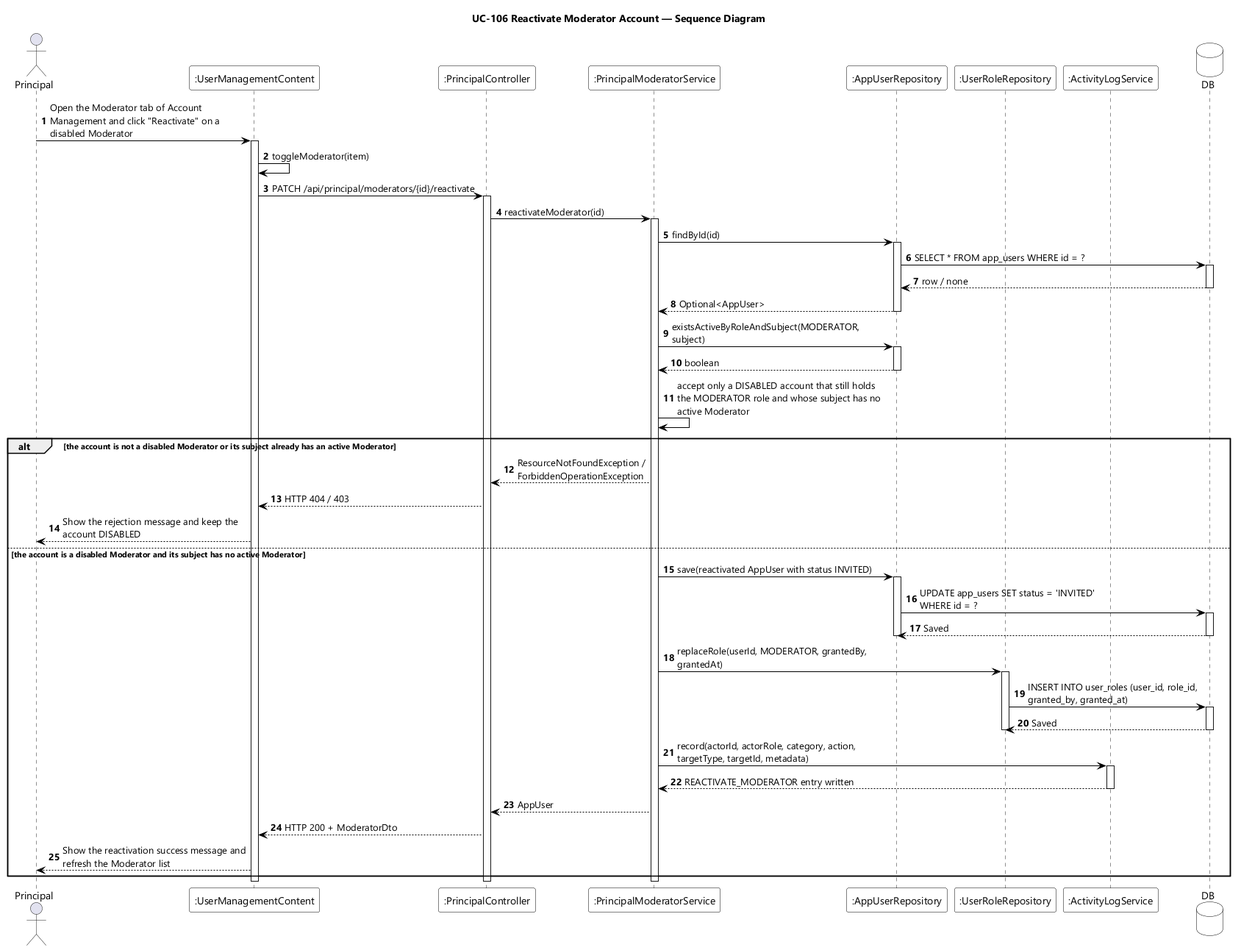
Before: designs/sds-diagrams/uc106/uc106-sequence-diagram.png, a diagram exported from PlantUML (EduA-system/EduA-system). The source it was exported from:
```plantuml
@startuml UC-106 Reactivate Moderator Account - Sequence Diagram
skinparamlocked dpi 96
skinparam defaultFontName "Segoe UI"
skinparam shadowing false
skinparam ParticipantBackgroundColor #FFFFFF
skinparam ParticipantBorderColor #000000
skinparam DatabaseBackgroundColor #FFFFFF
skinparam DatabaseBorderColor #000000
skinparam ArrowColor #000000
skinparam sequenceMessageAlign left
skinparam maxMessageSize 280
title UC-106 Reactivate Moderator Account — Sequence Diagram

actor Principal
participant ":UserManagementContent" as UI
participant ":PrincipalController" as CTL
participant ":PrincipalModeratorService" as SVC
participant ":AppUserRepository" as USERS
participant ":UserRoleRepository" as ROLES
participant ":ActivityLogService" as LOG
database DB

autonumber
Principal -> UI : Open the Moderator tab of Account Management and click "Reactivate" on a disabled Moderator
activate UI
UI -> UI : toggleModerator(item)
UI -> CTL : PATCH /api/principal/moderators/{id}/reactivate
activate CTL
CTL -> SVC : reactivateModerator(id)
activate SVC
SVC -> USERS : findById(id)
activate USERS
USERS -> DB : SELECT * FROM app_users WHERE id = ?
activate DB
DB --> USERS : row / none
deactivate DB
USERS --> SVC : Optional<AppUser>
deactivate USERS
SVC -> USERS : existsActiveByRoleAndSubject(MODERATOR, subject)
activate USERS
USERS --> SVC : boolean
deactivate USERS
SVC -> SVC : accept only a DISABLED account that still holds the MODERATOR role and whose subject has no active Moderator

alt the account is not a disabled Moderator or its subject already has an active Moderator
  SVC --> CTL : ResourceNotFoundException / ForbiddenOperationException
  CTL --> UI : HTTP 404 / 403
  UI --> Principal : Show the rejection message and keep the account DISABLED
else the account is a disabled Moderator and its subject has no active Moderator
  SVC -> USERS : save(reactivated AppUser with status INVITED)
  activate USERS
  USERS -> DB : UPDATE app_users SET status = 'INVITED' WHERE id = ?
  activate DB
  DB --> USERS : Saved
  deactivate DB
  deactivate USERS
  SVC -> ROLES : replaceRole(userId, MODERATOR, grantedBy, grantedAt)
  activate ROLES
  ROLES -> DB : INSERT INTO user_roles (user_id, role_id, granted_by, granted_at)
  activate DB
  DB --> ROLES : Saved
  deactivate DB
  deactivate ROLES
  SVC -> LOG : record(actorId, actorRole, category, action, targetType, targetId, metadata)
  activate LOG
  LOG --> SVC : REACTIVATE_MODERATOR entry written
  deactivate LOG
  SVC --> CTL : AppUser
  CTL --> UI : HTTP 200 + ModeratorDto
  UI --> Principal : Show the reactivation success message and refresh the Moderator list
end
deactivate SVC
deactivate CTL
deactivate UI
@enduml
```
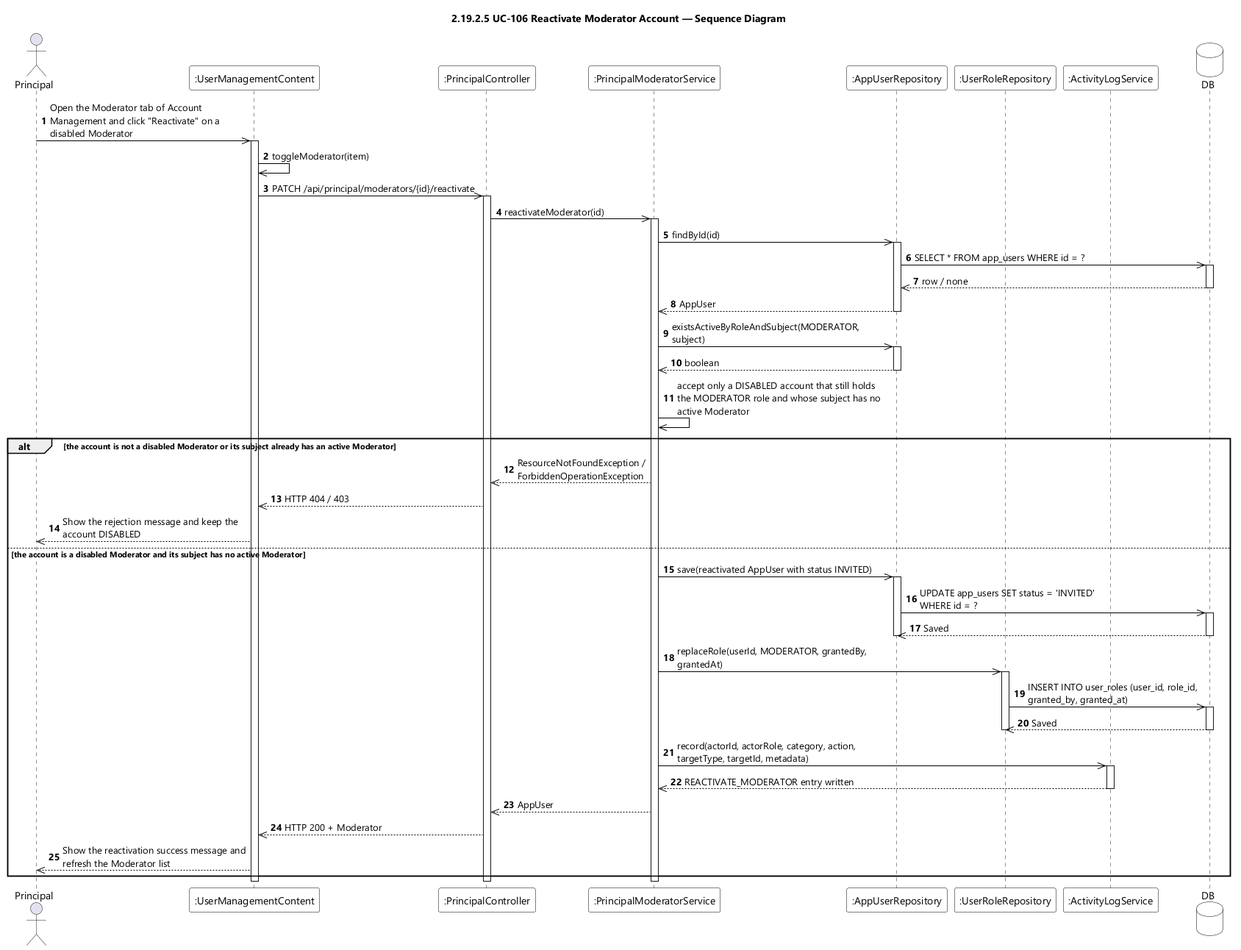
After the change.

Change to the diagram source:
```diff
@@ -9,7 +9,7 @@
 skinparam ArrowColor #000000
 skinparam sequenceMessageAlign left
 skinparam maxMessageSize 280
-title UC-106 Reactivate Moderator Account — Sequence Diagram
+title 2.19.2.5 UC-106 Reactivate Moderator Account — Sequence Diagram
 
 actor Principal
 participant ":UserManagementContent" as UI
@@ -21,53 +21,53 @@
 database DB
 
 autonumber
-Principal -> UI : Open the Moderator tab of Account Management and click "Reactivate" on a disabled Moderator
+Principal ->> UI : Open the Moderator tab of Account Management and click "Reactivate" on a disabled Moderator
 activate UI
-UI -> UI : toggleModerator(item)
-UI -> CTL : PATCH /api/principal/moderators/{id}/reactivate
+UI ->> UI : toggleModerator(item)
+UI ->> CTL : PATCH /api/principal/moderators/{id}/reactivate
 activate CTL
-CTL -> SVC : reactivateModerator(id)
+CTL ->> SVC : reactivateModerator(id)
 activate SVC
-SVC -> USERS : findById(id)
+SVC ->> USERS : findById(id)
 activate USERS
-USERS -> DB : SELECT * FROM app_users WHERE id = ?
+USERS ->> DB : SELECT * FROM app_users WHERE id = ?
 activate DB
-DB --> USERS : row / none
+DB -->> USERS : row / none
 deactivate DB
-USERS --> SVC : Optional<AppUser>
+USERS -->> SVC : AppUser
 deactivate USERS
-SVC -> USERS : existsActiveByRoleAndSubject(MODERATOR, subject)
+SVC ->> USERS : existsActiveByRoleAndSubject(MODERATOR, subject)
 activate USERS
-USERS --> SVC : boolean
+USERS -->> SVC : boolean
 deactivate USERS
-SVC -> SVC : accept only a DISABLED account that still holds the MODERATOR role and whose subject has no active Moderator
+SVC ->> SVC : accept only a DISABLED account that still holds the MODERATOR role and whose subject has no active Moderator
 
 alt the account is not a disabled Moderator or its subject already has an active Moderator
-  SVC --> CTL : ResourceNotFoundException / ForbiddenOperationException
-  CTL --> UI : HTTP 404 / 403
-  UI --> Principal : Show the rejection message and keep the account DISABLED
+  SVC -->> CTL : ResourceNotFoundException / ForbiddenOperationException
+  CTL -->> UI : HTTP 404 / 403
+  UI -->> Principal : Show the rejection message and keep the account DISABLED
 else the account is a disabled Moderator and its subject has no active Moderator
-  SVC -> USERS : save(reactivated AppUser with status INVITED)
+  SVC ->> USERS : save(reactivated AppUser with status INVITED)
   activate USERS
-  USERS -> DB : UPDATE app_users SET status = 'INVITED' WHERE id = ?
+  USERS ->> DB : UPDATE app_users SET status = 'INVITED' WHERE id = ?
   activate DB
-  DB --> USERS : Saved
+  DB -->> USERS : Saved
   deactivate DB
   deactivate USERS
-  SVC -> ROLES : replaceRole(userId, MODERATOR, grantedBy, grantedAt)
+  SVC ->> ROLES : replaceRole(userId, MODERATOR, grantedBy, grantedAt)
   activate ROLES
-  ROLES -> DB : INSERT INTO user_roles (user_id, role_id, granted_by, granted_at)
+  ROLES ->> DB : INSERT INTO user_roles (user_id, role_id, granted_by, granted_at)
   activate DB
-  DB --> ROLES : Saved
+  DB -->> ROLES : Saved
   deactivate DB
   deactivate ROLES
-  SVC -> LOG : record(actorId, actorRole, category, action, targetType, targetId, metadata)
+  SVC ->> LOG : record(actorId, actorRole, category, action, targetType, targetId, metadata)
   activate LOG
-  LOG --> SVC : REACTIVATE_MODERATOR entry written
+  LOG -->> SVC : REACTIVATE_MODERATOR entry written
   deactivate LOG
-  SVC --> CTL : AppUser
-  CTL --> UI : HTTP 200 + ModeratorDto
-  UI --> Principal : Show the reactivation success message and refresh the Moderator list
+  SVC -->> CTL : AppUser
+  CTL -->> UI : HTTP 200 + Moderator
+  UI -->> Principal : Show the reactivation success message and refresh the Moderator list
 end
 deactivate SVC
 deactivate CTL
```
